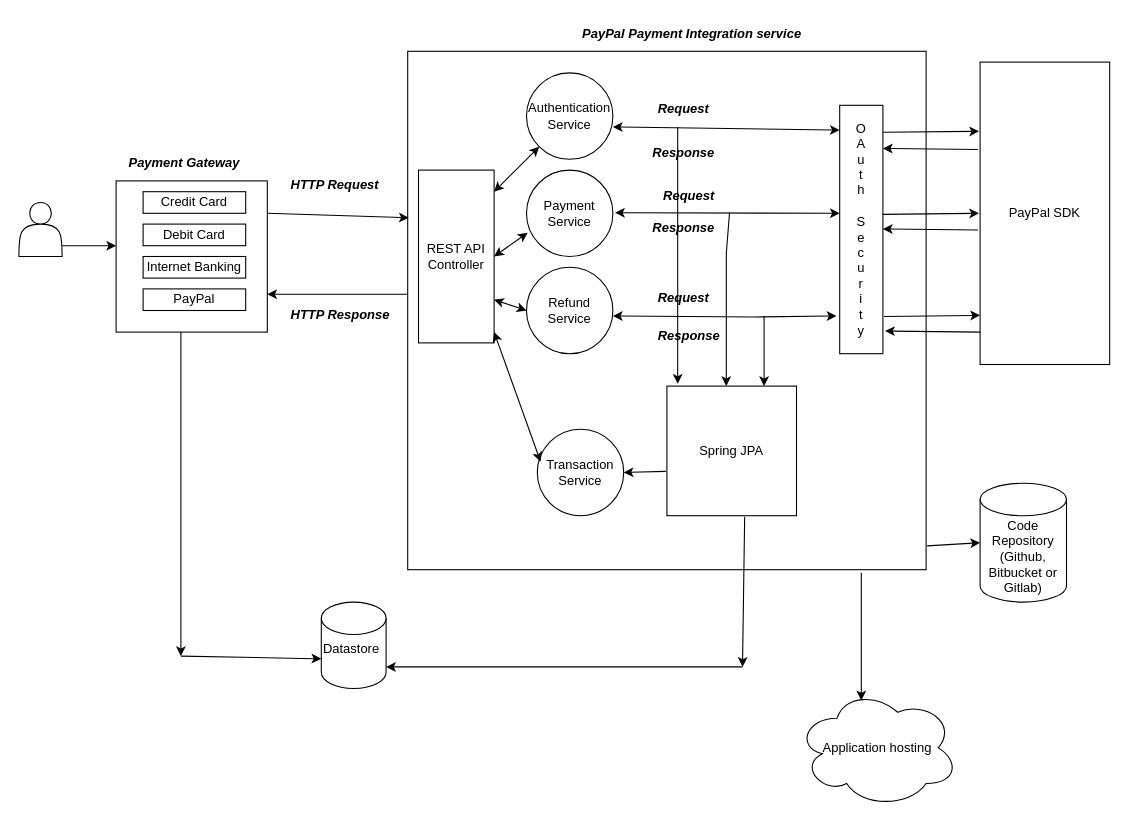
Before: Technical design.drawio in sujathak625/Paypal2.0CaseStudy, a draw.io diagram. Source tidied: cells renumbered, new cells numbered last; positions are measured from the earlier drawing's top-left corner, leaving out a move shared by most shapes. Both pictures are drawn from the tidied source at 108%, with x=0, y=0 at pixel (18, 18).
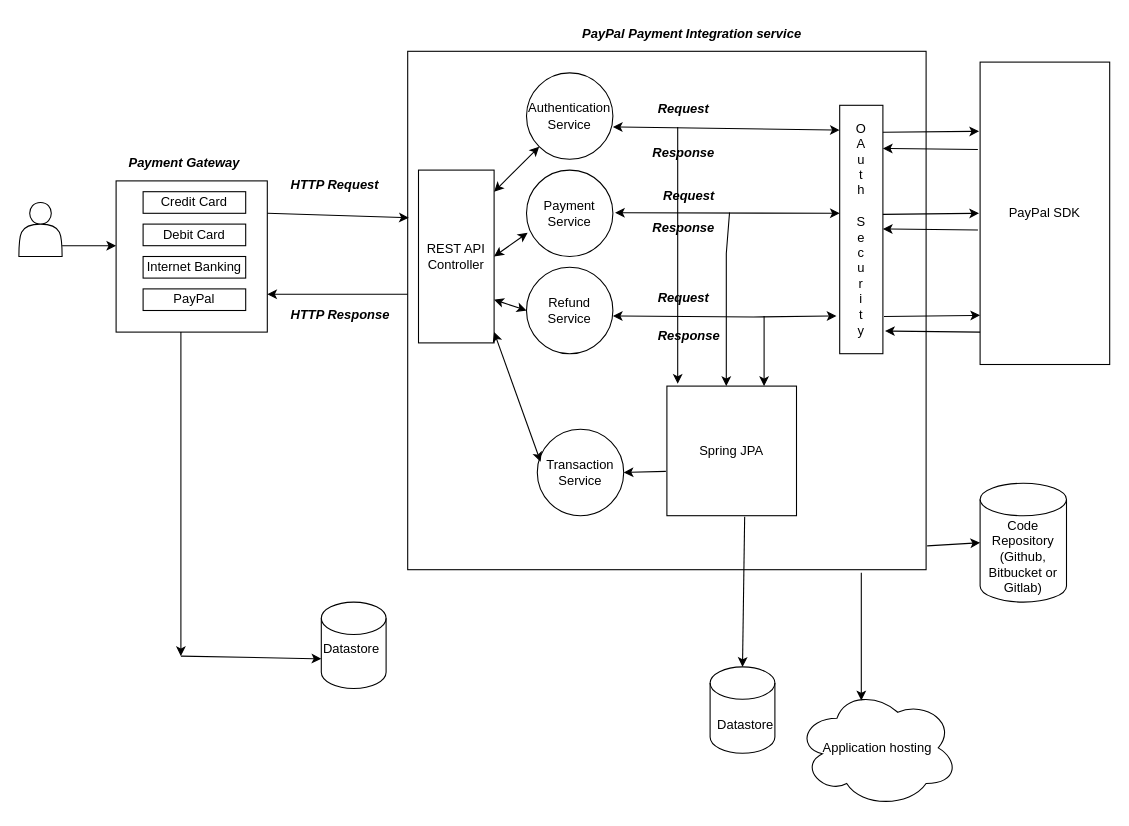
The same diagram, later.

Diff of the diagram source:
```diff
@@
-    <mxCell id="40" style="endArrow=classic;html=1;rounded=0;entryX=1;entryY=0.5;entryDx=0;entryDy=0;entryPerimeter=0;" parent="1" edge="1">
-      <mxGeometry relative="1" as="geometry">
-        <mxPoint x="670" y="600" as="sourcePoint" />
-        <mxPoint x="340" y="600" as="targetPoint" />
-      </mxGeometry>
-    </mxCell>
@@
+    <mxCell id="57" style="shape=cylinder3;whiteSpace=wrap;html=1;boundedLbl=1;backgroundOutline=1;size=15;" parent="1" vertex="1">
+      <mxGeometry x="640" y="600" width="60" height="80" as="geometry" />
+    </mxCell>
+    <mxCell id="58" value="Datastore" style="text;whiteSpace=wrap;html=1;" parent="1" vertex="1">
+      <mxGeometry x="645" y="640" width="60" height="20" as="geometry" />
+    </mxCell>
```
